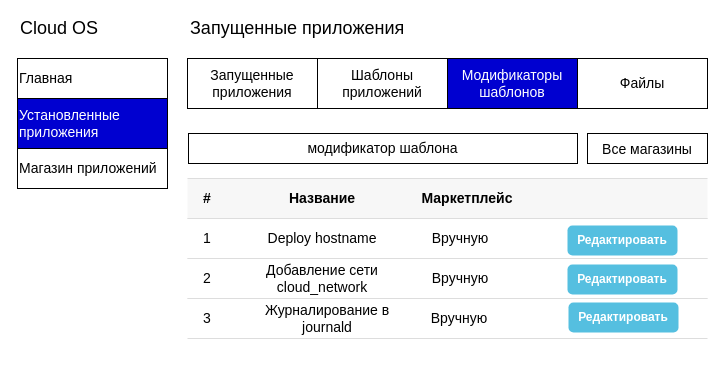
Before: page "Модификаторы-приложений" (3 of 4) of docs/technical-tasks/02-marketplace/Маркетплейс.drawio in bayrell-os/cloud_os_standard, a draw.io diagram. Source tidied: cells renumbered, new cells numbered last; positions are measured from the earlier drawing's top-left corner, leaving out a move shared by most shapes. Both pictures are drawn from the tidied source at 100%, with x=0, y=0 at pixel (17, 18).
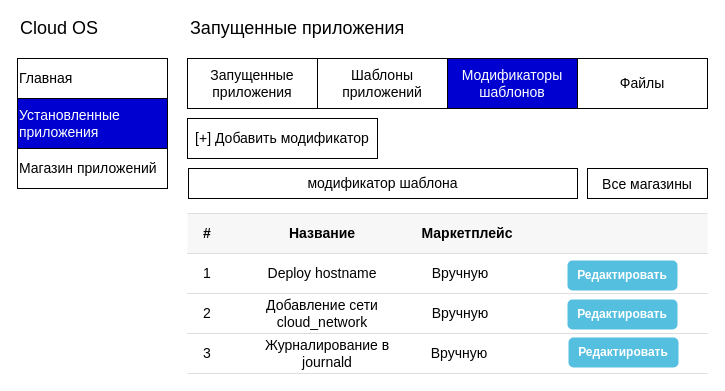
The same diagram, later.

What changed in the source:
```diff
@@
     <mxCell id="10" style="html=1;shadow=0;dashed=0;shape=partialRectangle;top=0;bottom=0;right=0;left=0;strokeColor=#dddddd;labelBackgroundColor=none;fillColor=#ffffff;fontSize=14;fontColor=#000000;align=left;" parent="1" vertex="1">
-      <mxGeometry x="170" y="160" width="520" height="160" as="geometry" />
+      <mxGeometry x="170" y="195" width="520" height="160" as="geometry" />
     </mxCell>
@@
     <mxCell id="30" value="модификатор шаблона" style="rounded=0;whiteSpace=wrap;html=1;labelBackgroundColor=none;fillColor=#ffffff;fontSize=14;fontColor=#000000;align=center;" parent="1" vertex="1">
-      <mxGeometry x="171" y="115" width="389" height="30" as="geometry" />
+      <mxGeometry x="171" y="150" width="389" height="30" as="geometry" />
     </mxCell>
@@
     <mxCell id="32" value="&lt;span style=&quot;font-size: 14px&quot;&gt;Все магазины&lt;/span&gt;" style="rounded=0;whiteSpace=wrap;html=1;labelBackgroundColor=none;fillColor=#ffffff;fontSize=18;fontColor=#000000;align=center;" parent="1" vertex="1">
-      <mxGeometry x="570" y="115" width="120" height="30" as="geometry" />
+      <mxGeometry x="570" y="150" width="120" height="30" as="geometry" />
     </mxCell>
+    <mxCell id="33" value="[+] Добавить модификатор" style="rounded=0;whiteSpace=wrap;html=1;labelBackgroundColor=none;fillColor=#ffffff;fontSize=14;fontColor=#000000;align=center;" parent="1" vertex="1">
+      <mxGeometry x="170" y="100" width="190" height="40" as="geometry" />
+    </mxCell>
```
